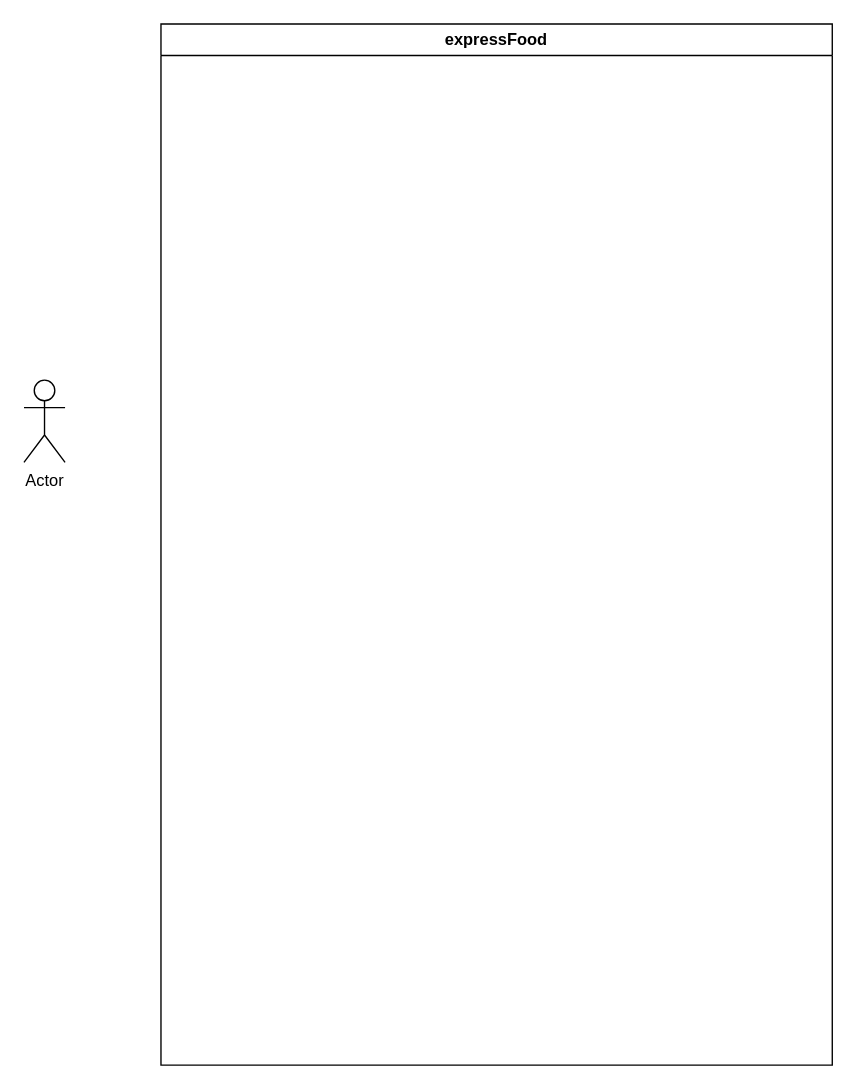
The draw.io diagram creer_une_commande.drawio in sebastien-deren/projet_4, before the edit. Source tidied: cells renumbered, new cells numbered last; positions are measured from the earlier drawing's top-left corner, leaving out a move shared by most shapes. Both pictures are drawn from the tidied source at 137%, with x=0, y=0 at pixel (23, 23).
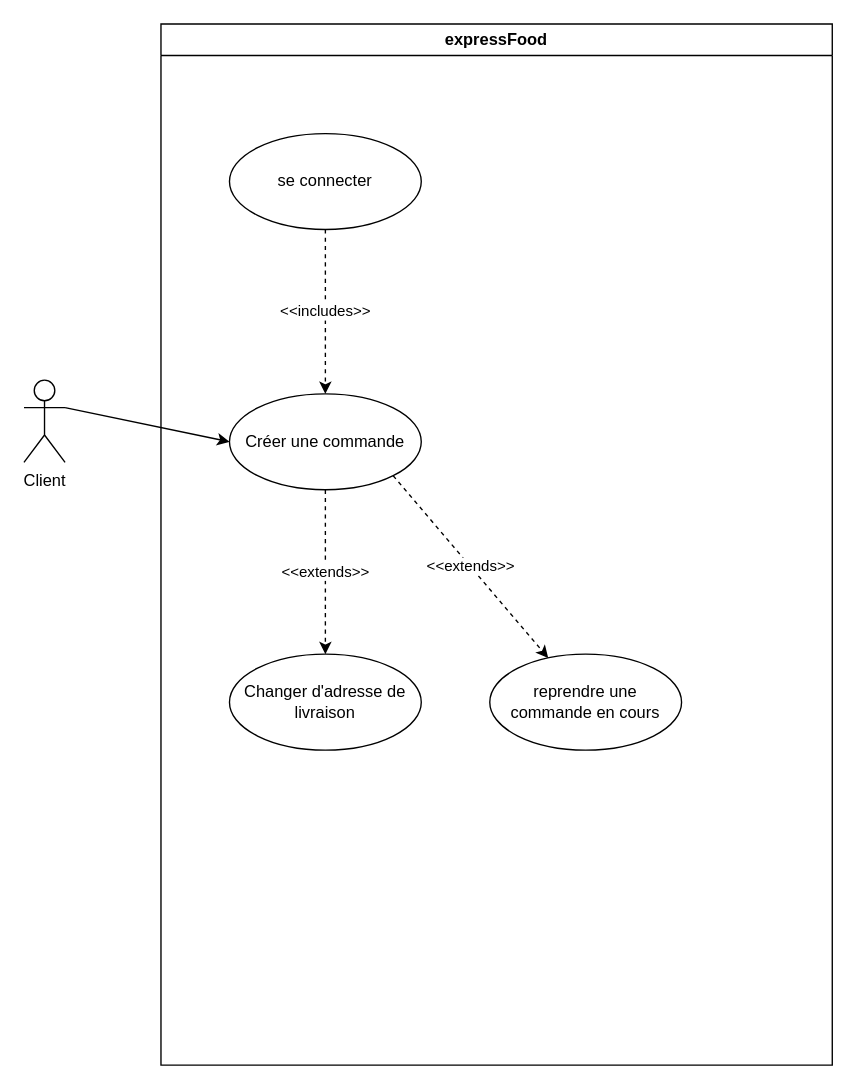
The same diagram, later.

Commit message (it also covers changes not shown here):
Mettre à jour creer_une_commande.drawio

Change to the diagram source:
```diff
@@
 <mxGraphModel>
   <root>
     <mxCell id="0" />
     <mxCell id="1" parent="0" />
-    <mxCell id="2" value="Actor" style="shape=umlActor;verticalLabelPosition=bottom;verticalAlign=top;html=1;outlineConnect=0;" parent="1" vertex="1">
+    <mxCell id="2" value="Client" style="shape=umlActor;verticalLabelPosition=bottom;verticalAlign=top;html=1;outlineConnect=0;" parent="1" vertex="1">
       <mxGeometry y="260" width="30" height="60" as="geometry" />
     </mxCell>
     <mxCell id="3" value="expressFood" style="swimlane;whiteSpace=wrap;html=1;" parent="1" vertex="1">
       <mxGeometry x="100" width="490" height="760" as="geometry" />
     </mxCell>
+    <mxCell id="4" value="se connecter" style="ellipse;whiteSpace=wrap;html=1;" parent="3" vertex="1">
+      <mxGeometry x="50" y="80" width="140" height="70" as="geometry" />
+    </mxCell>
+    <mxCell id="5" value="&amp;lt;&amp;lt;extends&amp;gt;&amp;gt;" style="edgeStyle=orthogonalEdgeStyle;rounded=0;jettySize=auto;html=1;exitX=0.5;exitY=1;exitDx=0;exitDy=0;dashed=1;" parent="3" edge="1" source="7" target="8">
+      <mxGeometry relative="1" as="geometry" />
+    </mxCell>
+    <mxCell id="6" value="&amp;lt;&amp;lt;extends&amp;gt;&amp;gt;" style="edgeStyle=none;rounded=0;jettySize=auto;html=1;exitX=1;exitY=1;exitDx=0;exitDy=0;dashed=1;" parent="3" edge="1" source="7" target="10">
+      <mxGeometry relative="1" as="geometry" />
+    </mxCell>
+    <mxCell id="7" value="Créer une commande" style="ellipse;whiteSpace=wrap;html=1;" parent="3" vertex="1">
+      <mxGeometry x="50" y="270" width="140" height="70" as="geometry" />
+    </mxCell>
+    <mxCell id="8" value="Changer d'adresse de livraison" style="ellipse;whiteSpace=wrap;html=1;" parent="3" vertex="1">
+      <mxGeometry x="50" y="460" width="140" height="70" as="geometry" />
+    </mxCell>
+    <mxCell id="9" value="&amp;lt;&amp;lt;includes&amp;gt;&amp;gt;" style="endArrow=classic;html=1;rounded=0;dashed=1;" parent="3" edge="1" source="4" target="7">
+      <mxGeometry relative="1" as="geometry" />
+    </mxCell>
+    <mxCell id="10" value="reprendre une commande en cours" style="ellipse;whiteSpace=wrap;html=1;" parent="3" vertex="1">
+      <mxGeometry x="240" y="460" width="140" height="70" as="geometry" />
+    </mxCell>
+    <mxCell id="11" style="endArrow=classic;html=1;rounded=0;exitX=1;exitY=0.3333333333333333;exitDx=0;exitDy=0;exitPerimeter=0;entryX=0;entryY=0.5;entryDx=0;entryDy=0;" parent="1" edge="1" source="2" target="7">
+      <mxGeometry relative="1" as="geometry" />
+    </mxCell>
   </root>
 </mxGraphModel>
```
